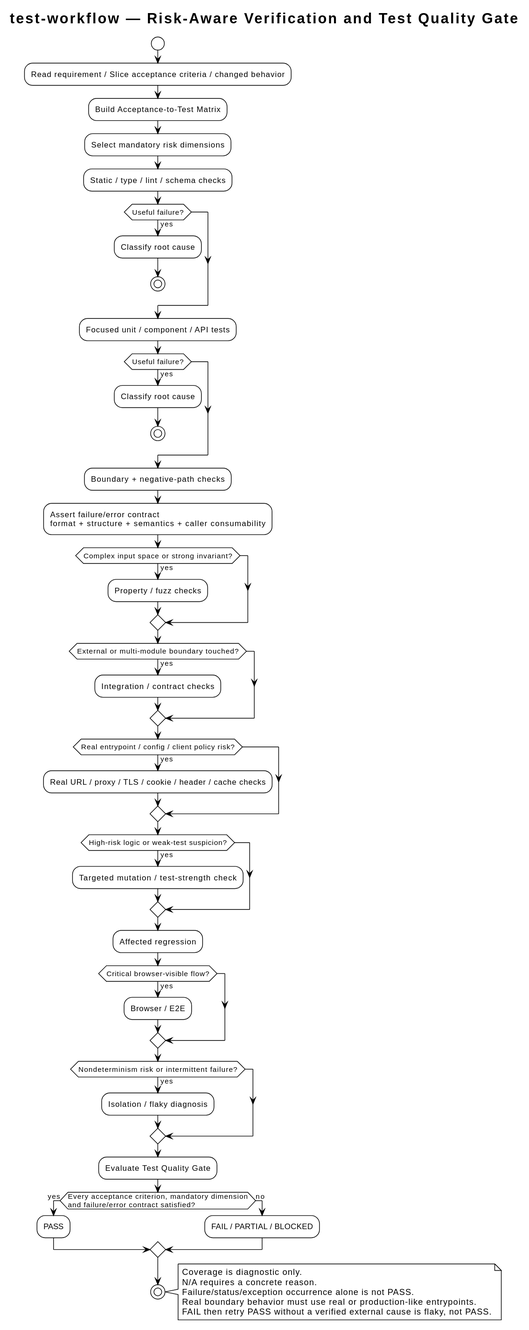
This is docs/skills/test-workflow/diagrams/test-workflow-flow.svg from i-zrhe2016/codex-development-workflow, a PlantUML export, as it was before one commit.
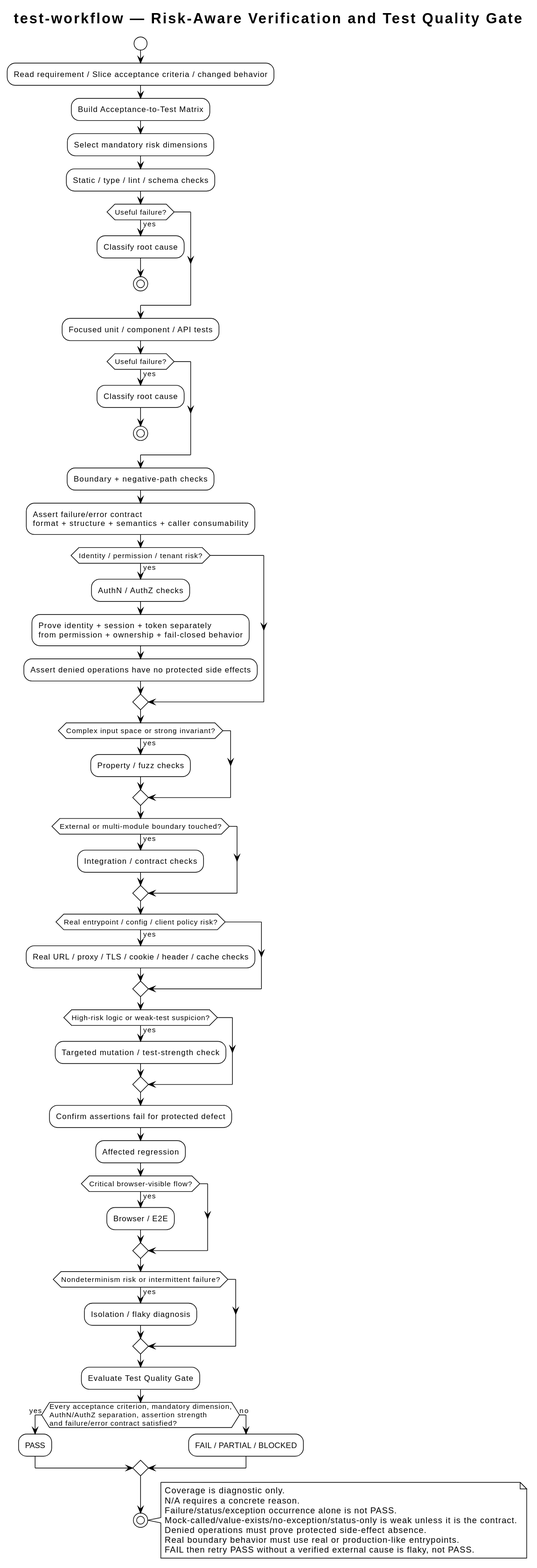
After the commit.

What changed in the source:
```diff
@@ -26,6 +26,13 @@
 :Assert failure/error contract
 format + structure + semantics + caller consumability;
 
+if (Identity / permission / tenant risk?) then (yes)
+  :AuthN / AuthZ checks;
+  :Prove identity + session + token separately
+  from permission + ownership + fail-closed behavior;
+  :Assert denied operations have no protected side effects;
+endif
+
 if (Complex input space or strong invariant?) then (yes)
   :Property / fuzz checks;
 endif
@@ -42,6 +49,8 @@
   :Targeted mutation / test-strength check;
 endif
 
+:Confirm assertions fail for protected defect;
+
 :Affected regression;
 
 if (Critical browser-visible flow?) then (yes)
@@ -54,7 +63,7 @@
 
 :Evaluate Test Quality Gate;
 
-if (Every acceptance criterion, mandatory dimension\nand failure/error contract satisfied?) then (yes)
+if (Every acceptance criterion, mandatory dimension,\nAuthN/AuthZ separation, assertion strength\nand failure/error contract satisfied?) then (yes)
   :PASS;
 else (no)
   :FAIL / PARTIAL / BLOCKED;
@@ -65,6 +74,8 @@
 Coverage is diagnostic only.
 N/A requires a concrete reason.
 Failure/status/exception occurrence alone is not PASS.
+Mock-called/value-exists/no-exception/status-only is weak unless it is the contract.
+Denied operations must prove protected side-effect absence.
 Real boundary behavior must use real or production-like entrypoints.
 FAIL then retry PASS without a verified external cause is flaky, not PASS.
 end note
```
